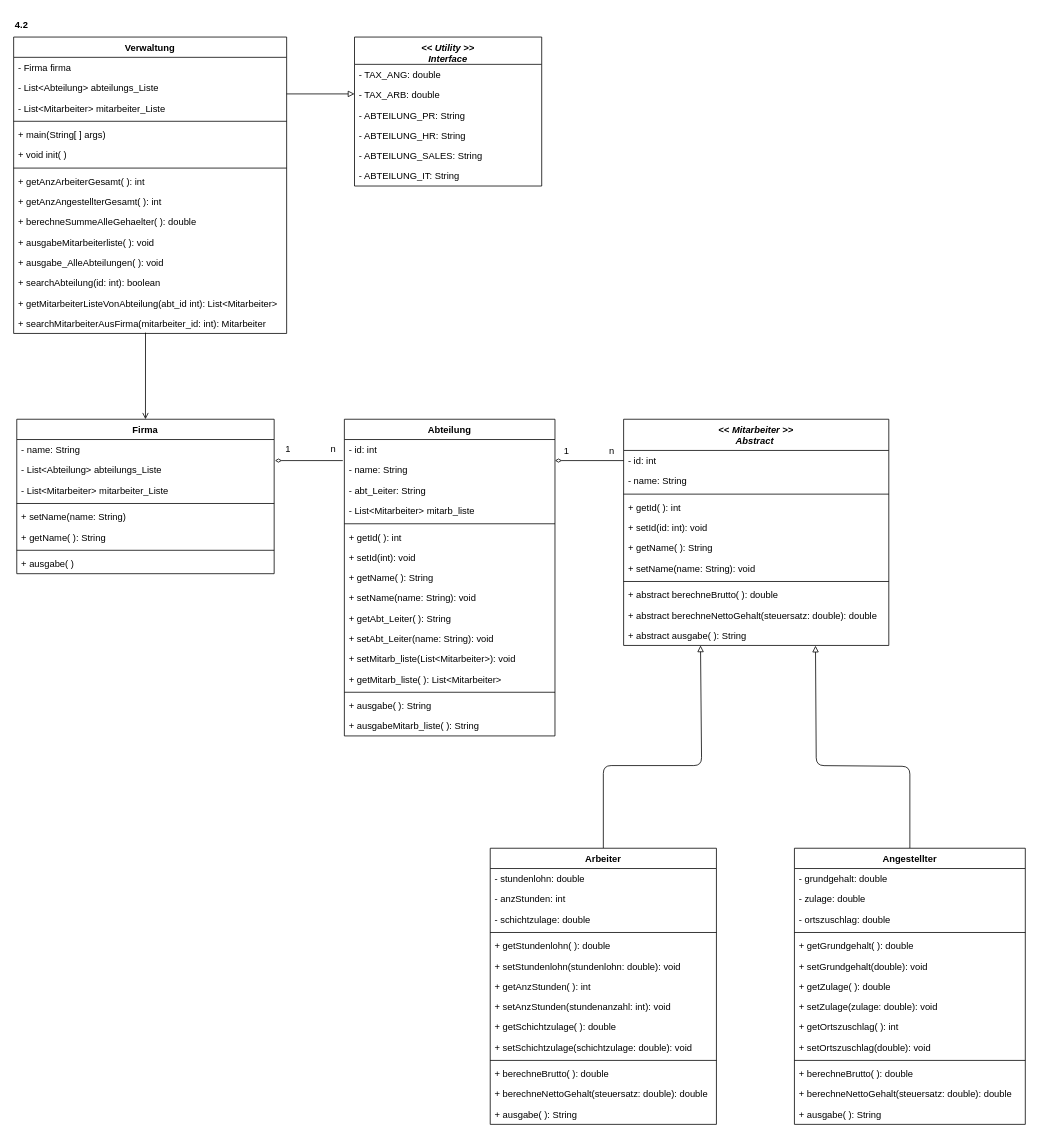
This is FirmaV4_2_ClassDiagram.drawio from mbalabanov/ClassDiagramFirmaV4_1, a draw.io file, before an edit. Source tidied: cells renumbered, new cells numbered last; positions are measured from the earlier drawing's top-left corner, leaving out a move shared by most shapes. Both pictures are drawn from the tidied source at 78%, with x=0, y=0 at pixel (13, 13).
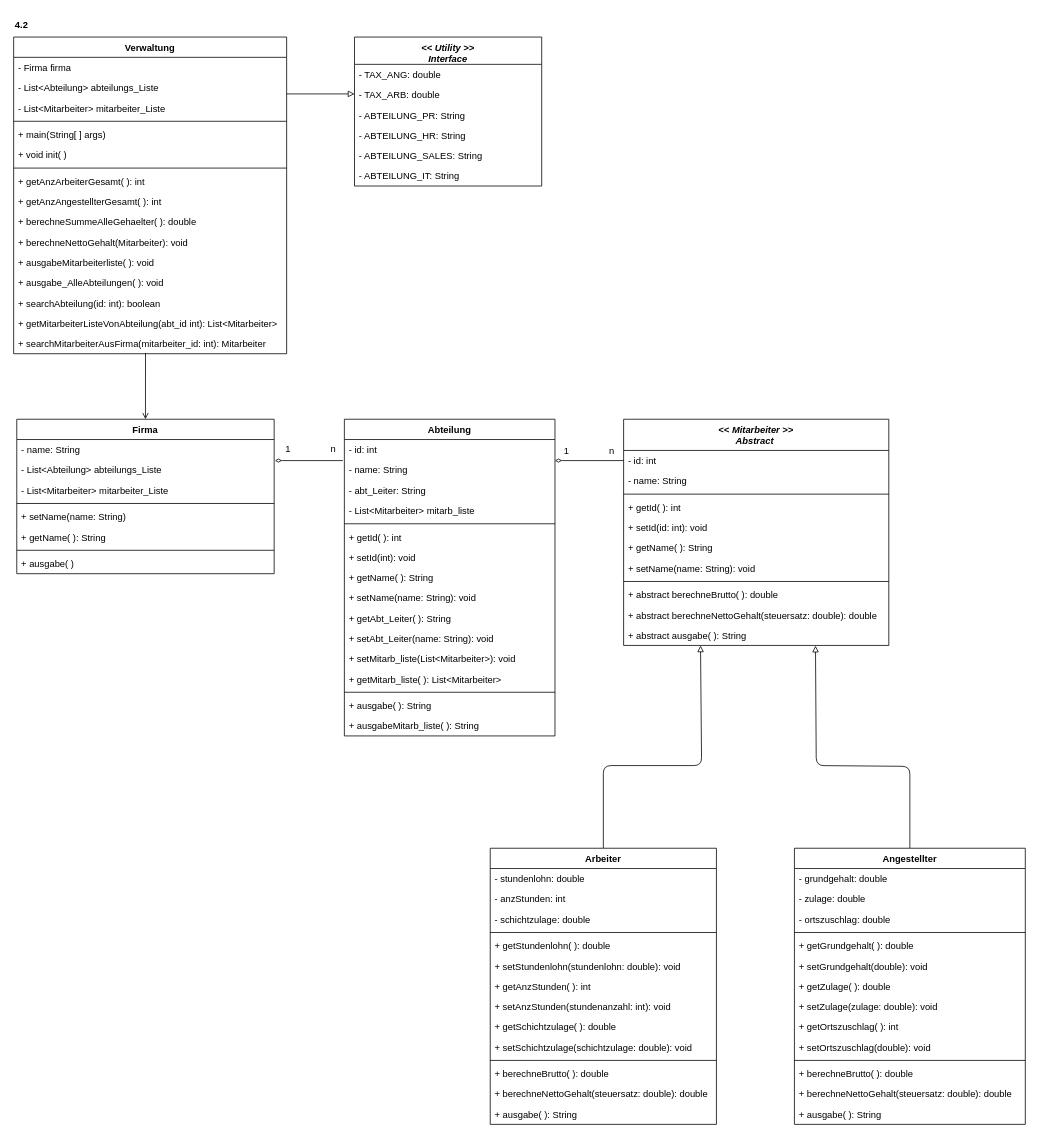
After the change.

Commit message (it also covers changes not shown here):
Updates Class Diagrams

What changed in the source:
```diff
@@
     <mxCell id="47" value="Verwaltung" style="swimlane;fontStyle=1;align=center;verticalAlign=top;horizontal=1;startSize=26;" parent="1" vertex="1">
-      <mxGeometry y="30" width="350" height="380" as="geometry" />
+      <mxGeometry y="30" width="350" height="406" as="geometry" />
     </mxCell>
@@
+    <mxCell id="104" value="+ berechneNettoGehalt(Mitarbeiter): void" style="text;strokeColor=none;fillColor=none;align=left;verticalAlign=top;spacingLeft=4;spacingRight=4;overflow=hidden;" parent="47" vertex="1">
+      <mxGeometry y="250" width="350" height="26" as="geometry" />
+    </mxCell>
     <mxCell id="58" value="+ ausgabeMitarbeiterliste( ): void" style="text;strokeColor=none;fillColor=none;align=left;verticalAlign=top;spacingLeft=4;spacingRight=4;overflow=hidden;" parent="47" vertex="1">
-      <mxGeometry y="250" width="350" height="26" as="geometry" />
+      <mxGeometry y="276" width="350" height="26" as="geometry" />
     </mxCell>
     <mxCell id="59" value="+ ausgabe_AlleAbteilungen( ): void" style="text;strokeColor=none;fillColor=none;align=left;verticalAlign=top;spacingLeft=4;spacingRight=4;overflow=hidden;" parent="47" vertex="1">
-      <mxGeometry y="276" width="350" height="26" as="geometry" />
+      <mxGeometry y="302" width="350" height="26" as="geometry" />
     </mxCell>
     <mxCell id="60" value="+ searchAbteilung(id: int): boolean" style="text;strokeColor=none;fillColor=none;align=left;verticalAlign=top;spacingLeft=4;spacingRight=4;overflow=hidden;" parent="47" vertex="1">
-      <mxGeometry y="302" width="350" height="26" as="geometry" />
+      <mxGeometry y="328" width="350" height="26" as="geometry" />
     </mxCell>
     <mxCell id="61" value="+ getMitarbeiterListeVonAbteilung(abt_id int): List&lt;Mitarbeiter&gt;" style="text;strokeColor=none;fillColor=none;align=left;verticalAlign=top;spacingLeft=4;spacingRight=4;overflow=hidden;" parent="47" vertex="1">
-      <mxGeometry y="328" width="350" height="26" as="geometry" />
+      <mxGeometry y="354" width="350" height="26" as="geometry" />
     </mxCell>
     <mxCell id="62" value="+ searchMitarbeiterAusFirma(mitarbeiter_id: int): Mitarbeiter" style="text;strokeColor=none;fillColor=none;align=left;verticalAlign=top;spacingLeft=4;spacingRight=4;overflow=hidden;points=[[0,0.5],[1,0.5]];portConstraint=eastwest;" parent="47" vertex="1">
-      <mxGeometry y="354" width="350" height="26" as="geometry" />
+      <mxGeometry y="380" width="350" height="26" as="geometry" />
     </mxCell>
```
